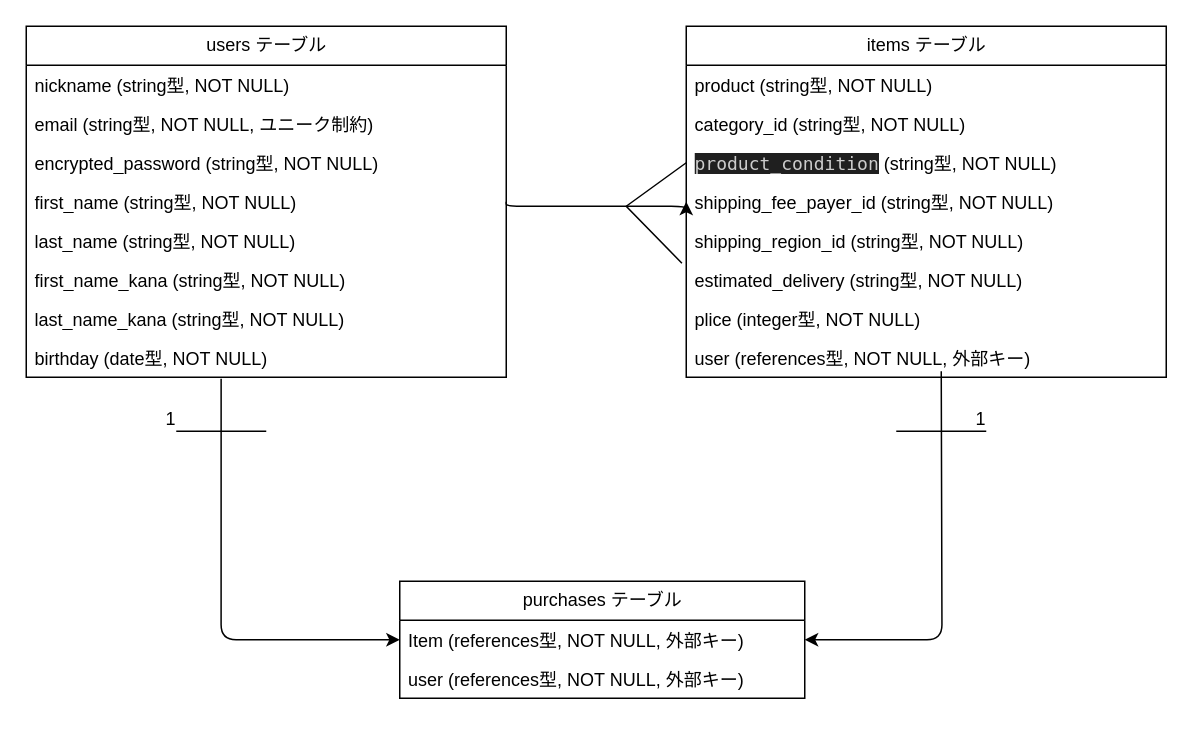
yasu-cr/furima-40130 keeps this draw.io diagram as furima.dio. Above is the earlier version. Source tidied: cells renumbered, new cells numbered last; positions are measured from the earlier drawing's top-left corner, leaving out a move shared by most shapes. Both pictures are drawn from the tidied source at 150%, with x=0, y=0 at pixel (26, 26).
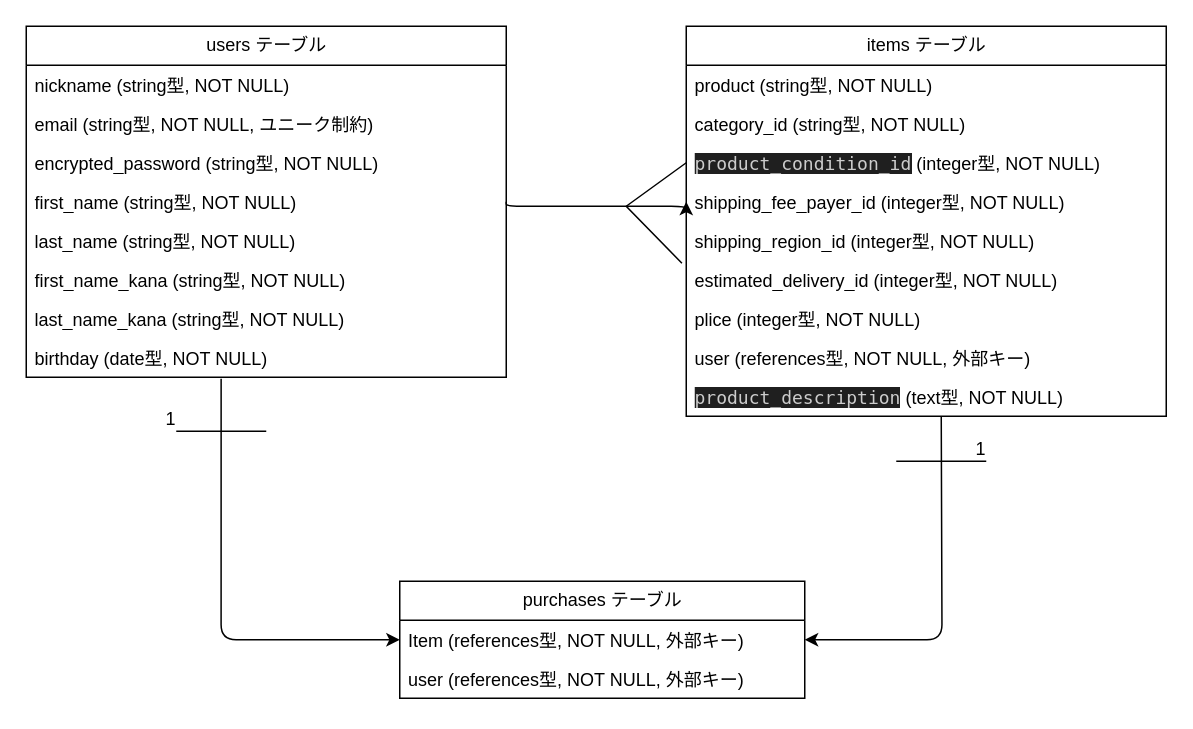
After the change.

Unchanged cells that the change refers to:
```xml
<mxCell id="22" value="Item&amp;nbsp;&lt;span style=&quot;text-align: center;&quot;&gt;(references型, NOT NULL, 外部キー)&lt;/span&gt;" style="text;strokeColor=none;fillColor=none;align=left;verticalAlign=top;spacingLeft=4;spacingRight=4;overflow=hidden;points=[[0,0.5],[1,0.5]];portConstraint=eastwest;whiteSpace=wrap;html=1;" parent="21" vertex="1">
  <mxGeometry y="26" width="270" height="26" as="geometry" />
</mxCell>
```

The edit, as a diff of the source:
```diff
@@
     <mxCell id="11" value="&lt;span style=&quot;&quot;&gt;items テーブル&lt;/span&gt;" style="swimlane;fontStyle=0;horizontal=1;startSize=26;fillColor=none;html=1;" parent="1" vertex="1">
-      <mxGeometry x="440" width="320" height="234" as="geometry" />
+      <mxGeometry x="440" width="320" height="260" as="geometry" />
     </mxCell>
@@
-    <mxCell id="14" value="&lt;span style=&quot;background-color: rgb(31, 31, 31); color: rgb(204, 204, 204); font-family: Menlo, Monaco, &amp;quot;Courier New&amp;quot;, monospace;&quot;&gt;product_condition&lt;/span&gt;&lt;span style=&quot;text-align: center;&quot;&gt;&amp;nbsp;(string型, NOT NULL)&lt;/span&gt;" style="text;strokeColor=none;fillColor=none;align=left;verticalAlign=top;spacingLeft=4;spacingRight=4;overflow=hidden;points=[[0,0.5],[1,0.5]];portConstraint=eastwest;whiteSpace=wrap;html=1;" parent="11" vertex="1">
+    <mxCell id="14" value="&lt;span style=&quot;background-color: rgb(31, 31, 31); color: rgb(204, 204, 204); font-family: Menlo, Monaco, &amp;quot;Courier New&amp;quot;, monospace;&quot;&gt;product_condition_id&lt;/span&gt;&lt;span style=&quot;text-align: center;&quot;&gt;&amp;nbsp;(&lt;/span&gt;&lt;span style=&quot;text-align: center;&quot;&gt;integer&lt;/span&gt;&lt;span style=&quot;text-align: center;&quot;&gt;型, NOT NULL)&lt;/span&gt;" style="text;strokeColor=none;fillColor=none;align=left;verticalAlign=top;spacingLeft=4;spacingRight=4;overflow=hidden;points=[[0,0.5],[1,0.5]];portConstraint=eastwest;whiteSpace=wrap;html=1;" parent="11" vertex="1">
       <mxGeometry y="78" width="320" height="26" as="geometry" />
     </mxCell>
-    <mxCell id="15" value="&lt;span style=&quot;text-align: center;&quot;&gt;shipping_fee_payer_id (string型, NOT NULL)&lt;/span&gt;" style="text;strokeColor=none;fillColor=none;align=left;verticalAlign=top;spacingLeft=4;spacingRight=4;overflow=hidden;points=[[0,0.5],[1,0.5]];portConstraint=eastwest;whiteSpace=wrap;html=1;" parent="11" vertex="1">
+    <mxCell id="15" value="&lt;span style=&quot;text-align: center;&quot;&gt;shipping_fee_payer_id (&lt;/span&gt;&lt;span style=&quot;text-align: center;&quot;&gt;integer&lt;/span&gt;&lt;span style=&quot;text-align: center;&quot;&gt;型, NOT NULL)&lt;/span&gt;" style="text;strokeColor=none;fillColor=none;align=left;verticalAlign=top;spacingLeft=4;spacingRight=4;overflow=hidden;points=[[0,0.5],[1,0.5]];portConstraint=eastwest;whiteSpace=wrap;html=1;" parent="11" vertex="1">
       <mxGeometry y="104" width="320" height="26" as="geometry" />
     </mxCell>
-    <mxCell id="16" value="&lt;span style=&quot;text-align: center;&quot;&gt;shipping_region_id (string型, NOT NULL)&lt;/span&gt;" style="text;strokeColor=none;fillColor=none;align=left;verticalAlign=top;spacingLeft=4;spacingRight=4;overflow=hidden;whiteSpace=wrap;html=1;" parent="11" vertex="1">
+    <mxCell id="16" value="&lt;span style=&quot;text-align: center;&quot;&gt;shipping_region_id (&lt;/span&gt;&lt;span style=&quot;text-align: center;&quot;&gt;integer&lt;/span&gt;&lt;span style=&quot;text-align: center;&quot;&gt;型, NOT NULL)&lt;/span&gt;" style="text;strokeColor=none;fillColor=none;align=left;verticalAlign=top;spacingLeft=4;spacingRight=4;overflow=hidden;whiteSpace=wrap;html=1;" parent="11" vertex="1">
       <mxGeometry y="130" width="320" height="26" as="geometry" />
     </mxCell>
-    <mxCell id="17" value="&lt;span style=&quot;text-align: center;&quot;&gt;estimated_delivery (string型, NOT NULL)&lt;/span&gt;" style="text;strokeColor=none;fillColor=none;align=left;verticalAlign=top;spacingLeft=4;spacingRight=4;overflow=hidden;points=[[0,0.5],[1,0.5]];portConstraint=eastwest;whiteSpace=wrap;html=1;" parent="11" vertex="1">
+    <mxCell id="17" value="&lt;span style=&quot;text-align: center;&quot;&gt;estimated_delivery_id (integer型, NOT NULL)&lt;/span&gt;" style="text;strokeColor=none;fillColor=none;align=left;verticalAlign=top;spacingLeft=4;spacingRight=4;overflow=hidden;points=[[0,0.5],[1,0.5]];portConstraint=eastwest;whiteSpace=wrap;html=1;" parent="11" vertex="1">
       <mxGeometry y="156" width="320" height="26" as="geometry" />
     </mxCell>
@@
+    <mxCell id="31" value="&lt;span style=&quot;background-color: rgb(31, 31, 31); color: rgb(204, 204, 204); font-family: Menlo, Monaco, &amp;quot;Courier New&amp;quot;, monospace;&quot;&gt;product_description&lt;/span&gt;&lt;span style=&quot;text-align: center;&quot;&gt;&amp;nbsp;(text型, NOT NULL)&lt;/span&gt;" style="text;strokeColor=none;fillColor=none;align=left;verticalAlign=top;spacingLeft=4;spacingRight=4;overflow=hidden;whiteSpace=wrap;html=1;" parent="11" vertex="1">
+      <mxGeometry y="234" width="320" height="26" as="geometry" />
+    </mxCell>
@@
-    <mxCell id="24" style="edgeStyle=orthogonalEdgeStyle;html=1;exitX=1;exitY=0.5;exitDx=0;exitDy=0;entryX=1;entryY=0.5;entryDx=0;entryDy=0;" parent="1" edge="1" target="22">
+    <mxCell id="24" style="edgeStyle=orthogonalEdgeStyle;html=1;entryX=1;entryY=0.5;entryDx=0;entryDy=0;" parent="1" edge="1" target="22">
       <mxGeometry relative="1" as="geometry">
-        <mxPoint x="610" y="230" as="sourcePoint" />
+        <mxPoint x="610" y="260" as="sourcePoint" />
       </mxGeometry>
     </mxCell>
@@
     <mxCell id="29" style="endArrow=none;html=1;rounded=0;" parent="1" edge="1">
       <mxGeometry relative="1" as="geometry">
-        <mxPoint x="580" y="270" as="sourcePoint" />
-        <mxPoint x="640" y="270" as="targetPoint" />
+        <mxPoint x="580" y="290" as="sourcePoint" />
+        <mxPoint x="640" y="290" as="targetPoint" />
         <Array as="points">
-          <mxPoint x="610" y="270" />
+          <mxPoint x="610" y="290" />
         </Array>
       </mxGeometry>
     </mxCell>
```
